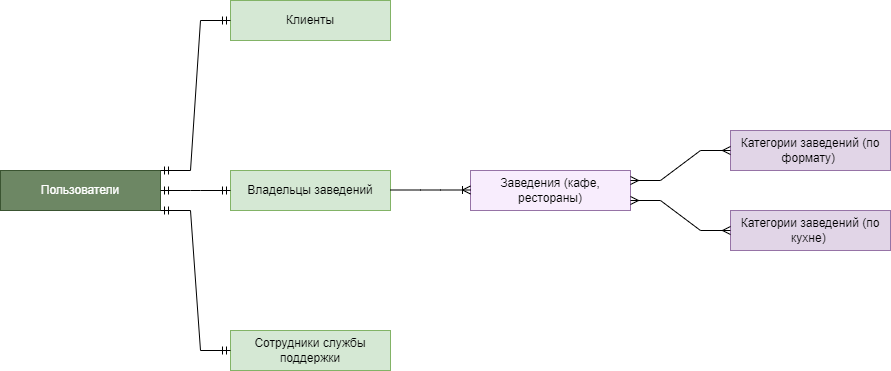
nastyakaraman/system-analysis keeps this draw.io diagram as Диаграмма без названия.drawio.png. Above is the earlier version. Source tidied: cells renumbered, new cells last; positions are measured from the earlier drawing's top-left corner, leaving out a move shared by most shapes.
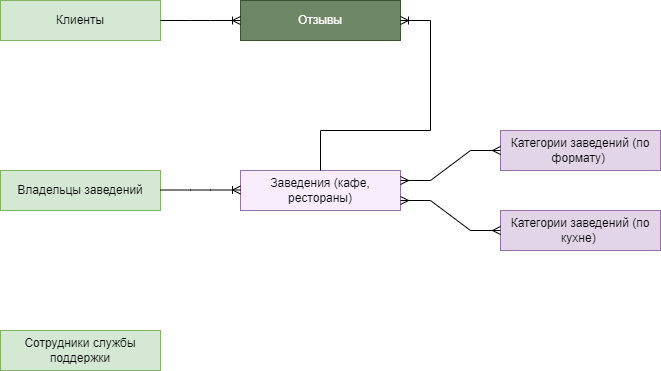
After the change.

Commit message:
добавлена сущность Отзывы

Diff of the diagram source:
```diff
@@ -26,25 +26,27 @@
     <mxCell id="9" style="edgeStyle=entityRelationEdgeStyle;fontSize=12;html=1;endArrow=ERmany;startArrow=ERmany;rounded=0;exitX=1;exitY=0.75;exitDx=0;exitDy=0;" parent="1" edge="1" source="4" target="6">
       <mxGeometry relative="1" as="geometry" />
     </mxCell>
-    <mxCell id="10" value="Пользователи" style="whiteSpace=wrap;html=1;align=center;fillColor=#6d8764;strokeColor=#3A5431;fontColor=#ffffff;" parent="1" vertex="1">
-      <mxGeometry y="170" width="160" height="40" as="geometry" />
+    <mxCell id="10" value="Отзывы" style="whiteSpace=wrap;html=1;align=center;fillColor=#6d8764;strokeColor=#3A5431;fontColor=#ffffff;" parent="1" vertex="1">
+      <mxGeometry x="470" width="160" height="40" as="geometry" />
     </mxCell>
-    <mxCell id="11" style="edgeStyle=entityRelationEdgeStyle;fontSize=12;html=1;endArrow=ERmandOne;startArrow=ERmandOne;rounded=0;exitX=1;exitY=0;exitDx=0;exitDy=0;" parent="1" edge="1" source="10">
-      <mxGeometry relative="1" as="geometry">
-        <mxPoint x="230" y="20" as="targetPoint" />
-      </mxGeometry>
-    </mxCell>
-    <mxCell id="12" style="edgeStyle=entityRelationEdgeStyle;fontSize=12;html=1;endArrow=ERmandOne;startArrow=ERmandOne;rounded=0;exitX=1;exitY=0.5;exitDx=0;exitDy=0;entryX=0;entryY=0.5;entryDx=0;entryDy=0;" parent="1" edge="1" source="10" target="3">
-      <mxGeometry relative="1" as="geometry" />
-    </mxCell>
-    <mxCell id="13" style="edgeStyle=entityRelationEdgeStyle;fontSize=12;html=1;endArrow=ERmandOne;startArrow=ERmandOne;rounded=0;exitX=1;exitY=1;exitDx=0;exitDy=0;entryX=0;entryY=0.5;entryDx=0;entryDy=0;" parent="1" edge="1" source="10" target="7">
-      <mxGeometry relative="1" as="geometry" />
-    </mxCell>
     <mxCell id="14" style="edgeStyle=entityRelationEdgeStyle;fontSize=12;html=1;endArrow=ERoneToMany;rounded=0;entryX=0;entryY=0.5;entryDx=0;entryDy=0;" parent="1" edge="1">
       <mxGeometry relative="1" as="geometry">
         <mxPoint x="390" y="189.5" as="sourcePoint" />
         <mxPoint x="470" y="189.5" as="targetPoint" />
       </mxGeometry>
     </mxCell>
+    <mxCell id="15" style="edgeStyle=entityRelationEdgeStyle;fontSize=12;html=1;endArrow=ERoneToMany;rounded=0;exitX=1;exitY=0.5;exitDx=0;exitDy=0;entryX=0;entryY=0.5;entryDx=0;entryDy=0;" parent="1" edge="1" source="2" target="10">
+      <mxGeometry relative="1" as="geometry" />
+    </mxCell>
+    <mxCell id="16" style="edgeStyle=entityRelationEdgeStyle;fontSize=12;html=1;endArrow=ERoneToMany;rounded=0;" parent="1" edge="1" target="10">
+      <mxGeometry relative="1" as="geometry">
+        <mxPoint x="550" y="130" as="sourcePoint" />
+      </mxGeometry>
+    </mxCell>
+    <mxCell id="17" style="endArrow=none;html=1;rounded=0;exitX=0.5;exitY=0;exitDx=0;exitDy=0;" parent="1" edge="1" source="4">
+      <mxGeometry relative="1" as="geometry">
+        <mxPoint x="550" y="130" as="targetPoint" />
+      </mxGeometry>
+    </mxCell>
   </root>
 </mxGraphModel>
```
